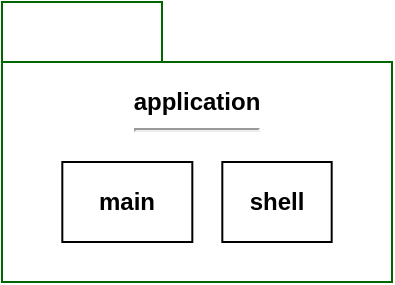
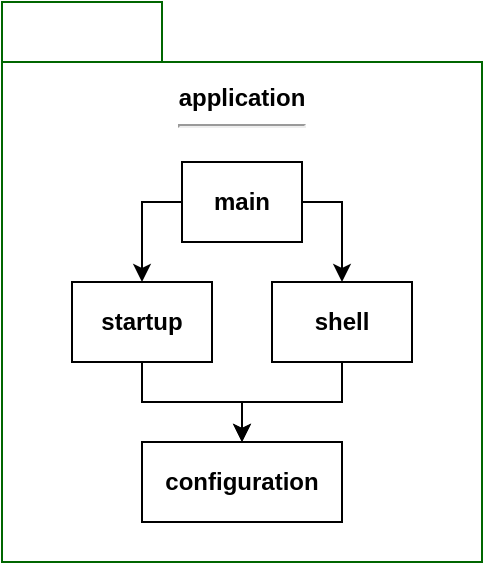
<mxfile host="Electron" agent="Mozilla/5.0 (Windows NT 10.0; Win64; x64) AppleWebKit/537.36 (KHTML, like Gecko) draw.io/29.3.0 Chrome/140.0.7339.249 Electron/38.7.2 Safari/537.36">
  <diagram name="Page-1" id="HUOobssEFMZCUsnL6E_a">
-     <mxGraphModel dx="1030" dy="626" grid="1" gridSize="10" guides="1" tooltips="1" connect="1" arrows="1" fold="1" page="1" pageScale="1" pageWidth="850" pageHeight="1100" math="0" shadow="0">
+     <mxGraphModel dx="710" dy="432" grid="1" gridSize="10" guides="1" tooltips="1" connect="1" arrows="1" fold="1" page="1" pageScale="1" pageWidth="850" pageHeight="1100" math="0" shadow="0">
      <root>
        <mxCell id="0" />
        <mxCell id="1" parent="0" />
-         <mxCell id="FzMj9YHM02U9zmCkXGpc-1" parent="1" style="shape=folder;fontStyle=1;tabWidth=80;tabHeight=30;tabPosition=left;html=1;boundedLbl=1;whiteSpace=wrap;strokeColor=#006600;" value="&lt;div&gt;application&lt;/div&gt;&lt;div&gt;&lt;hr&gt;&lt;br&gt;&lt;/div&gt;&lt;div&gt;&lt;br&gt;&lt;/div&gt;&lt;div&gt;&lt;br&gt;&lt;/div&gt;&lt;div&gt;&lt;br&gt;&lt;/div&gt;" vertex="1">
-           <mxGeometry height="140" width="195" x="340" y="410" as="geometry" />
+         <mxCell id="FzMj9YHM02U9zmCkXGpc-1" parent="1" style="shape=folder;fontStyle=1;tabWidth=80;tabHeight=30;tabPosition=left;html=1;boundedLbl=1;whiteSpace=wrap;strokeColor=#006600;" value="&lt;div&gt;application&lt;/div&gt;&lt;div&gt;&lt;hr&gt;&lt;br&gt;&lt;/div&gt;&lt;div&gt;&lt;br&gt;&lt;/div&gt;&lt;div&gt;&lt;br&gt;&lt;/div&gt;&lt;div&gt;&lt;br&gt;&lt;/div&gt;&lt;div&gt;&lt;br&gt;&lt;/div&gt;&lt;div&gt;&lt;br&gt;&lt;/div&gt;&lt;div&gt;&lt;br&gt;&lt;/div&gt;&lt;div&gt;&lt;br&gt;&lt;/div&gt;&lt;div&gt;&lt;br&gt;&lt;/div&gt;&lt;div&gt;&lt;br&gt;&lt;/div&gt;&lt;div&gt;&lt;br&gt;&lt;/div&gt;&lt;div&gt;&lt;br&gt;&lt;/div&gt;&lt;div&gt;&lt;br&gt;&lt;/div&gt;&lt;div&gt;&lt;br&gt;&lt;/div&gt;" vertex="1">
+           <mxGeometry height="280" width="240" x="340" y="410" as="geometry" />
+         </mxCell>
+         <mxCell id="E4UvVDcgGhW6Jmd5pCsk-18" edge="1" parent="1" source="FzMj9YHM02U9zmCkXGpc-2" style="edgeStyle=orthogonalEdgeStyle;rounded=0;orthogonalLoop=1;jettySize=auto;html=1;entryX=0.5;entryY=0;entryDx=0;entryDy=0;exitX=0;exitY=0.5;exitDx=0;exitDy=0;" target="E4UvVDcgGhW6Jmd5pCsk-2">
+           <mxGeometry relative="1" as="geometry" />
+         </mxCell>
+         <mxCell id="E4UvVDcgGhW6Jmd5pCsk-19" edge="1" parent="1" source="FzMj9YHM02U9zmCkXGpc-2" style="edgeStyle=orthogonalEdgeStyle;rounded=0;orthogonalLoop=1;jettySize=auto;html=1;entryX=0.5;entryY=0;entryDx=0;entryDy=0;exitX=1;exitY=0.5;exitDx=0;exitDy=0;" target="FzMj9YHM02U9zmCkXGpc-3">
+           <mxGeometry relative="1" as="geometry" />
        </mxCell>
        <mxCell id="FzMj9YHM02U9zmCkXGpc-2" parent="1" style="rounded=0;whiteSpace=wrap;html=1;" value="&lt;b&gt;main&lt;/b&gt;" vertex="1">
-           <mxGeometry height="40" width="65" x="370.16" y="490" as="geometry" />
+           <mxGeometry height="40" width="60" x="430" y="490" as="geometry" />
+         </mxCell>
+         <mxCell id="E4UvVDcgGhW6Jmd5pCsk-23" edge="1" parent="1" source="FzMj9YHM02U9zmCkXGpc-3" style="edgeStyle=orthogonalEdgeStyle;rounded=0;orthogonalLoop=1;jettySize=auto;html=1;entryX=0.5;entryY=0;entryDx=0;entryDy=0;" target="E4UvVDcgGhW6Jmd5pCsk-1">
+           <mxGeometry relative="1" as="geometry" />
        </mxCell>
        <mxCell id="FzMj9YHM02U9zmCkXGpc-3" parent="1" style="rounded=0;whiteSpace=wrap;html=1;" value="&lt;b&gt;shell&lt;/b&gt;" vertex="1">
-           <mxGeometry height="40" width="54.68" x="450.16" y="490" as="geometry" />
+           <mxGeometry height="40" width="70" x="475" y="550" as="geometry" />
+         </mxCell>
+         <mxCell id="E4UvVDcgGhW6Jmd5pCsk-1" parent="1" style="rounded=0;whiteSpace=wrap;html=1;" value="&lt;b&gt;configuration&lt;/b&gt;" vertex="1">
+           <mxGeometry height="40" width="100" x="410" y="630" as="geometry" />
+         </mxCell>
+         <mxCell id="E4UvVDcgGhW6Jmd5pCsk-22" edge="1" parent="1" source="E4UvVDcgGhW6Jmd5pCsk-2" style="edgeStyle=orthogonalEdgeStyle;rounded=0;orthogonalLoop=1;jettySize=auto;html=1;entryX=0.5;entryY=0;entryDx=0;entryDy=0;" target="E4UvVDcgGhW6Jmd5pCsk-1">
+           <mxGeometry relative="1" as="geometry" />
+         </mxCell>
+         <mxCell id="E4UvVDcgGhW6Jmd5pCsk-2" parent="1" style="rounded=0;whiteSpace=wrap;html=1;" value="&lt;b&gt;startup&lt;/b&gt;" vertex="1">
+           <mxGeometry height="40" width="70" x="375" y="550" as="geometry" />
        </mxCell>
      </root>
    </mxGraphModel>
  </diagram>
</mxfile>
